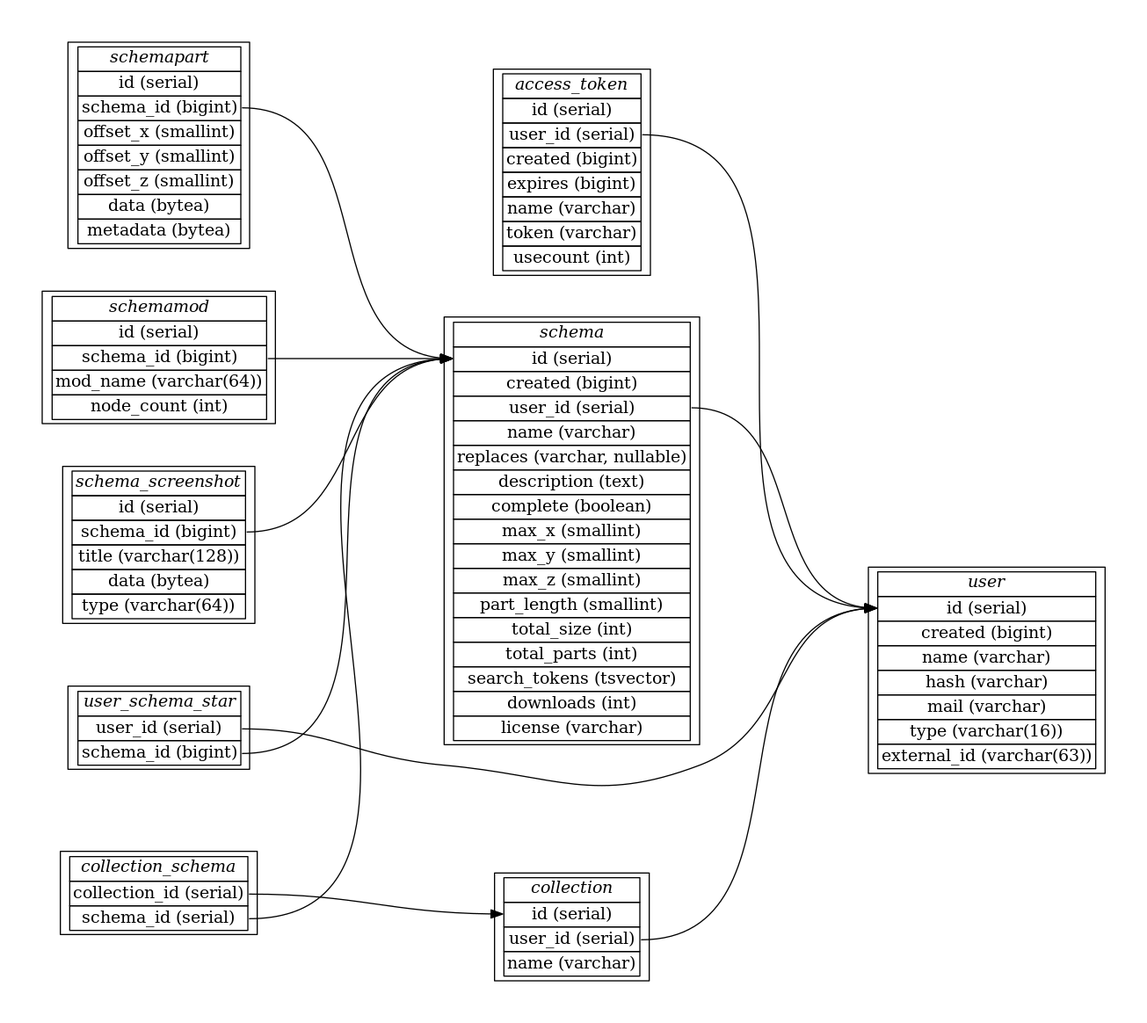
Above: doc/database.png in blockexchange/blockexchange_server (Graphviz), before the change. Its source is kept beside it as doc/database.dot.
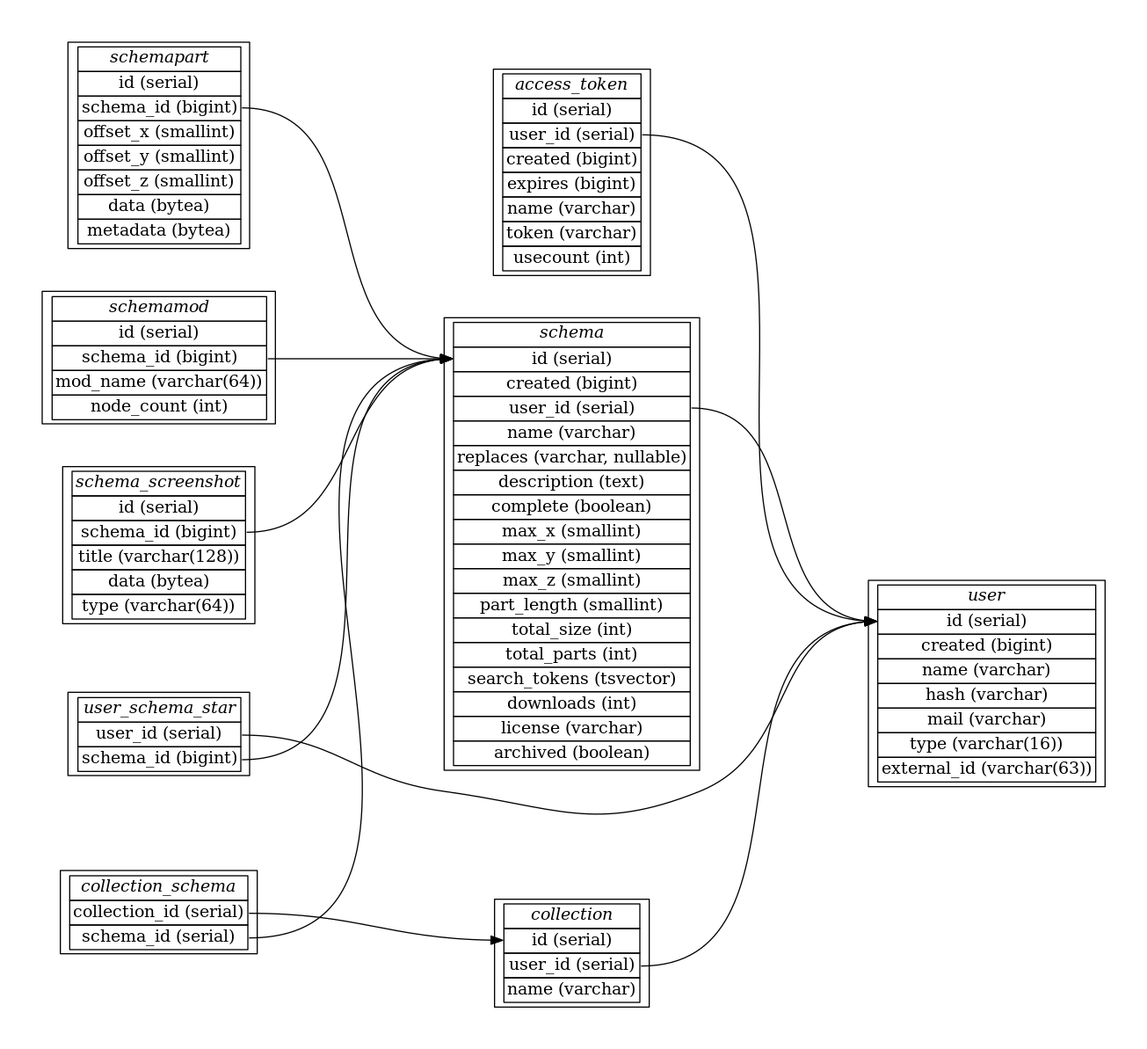
The same diagram one commit later.

Diff of the diagram source:
```diff
@@ -46,7 +46,8 @@
 	  <tr><td port="17">total_parts (int)</td></tr>
 	  <tr><td port="18">search_tokens (tsvector)</td></tr>
 	  <tr><td port="19">downloads (int)</td></tr>
-	  <tr><td port="20">license (varchar)</td></tr>
+		<tr><td port="20">license (varchar)</td></tr>
+		<tr><td port="20a">archived (boolean)</td></tr>
 	</table>>];
 
 	schemapart [label=<
```
